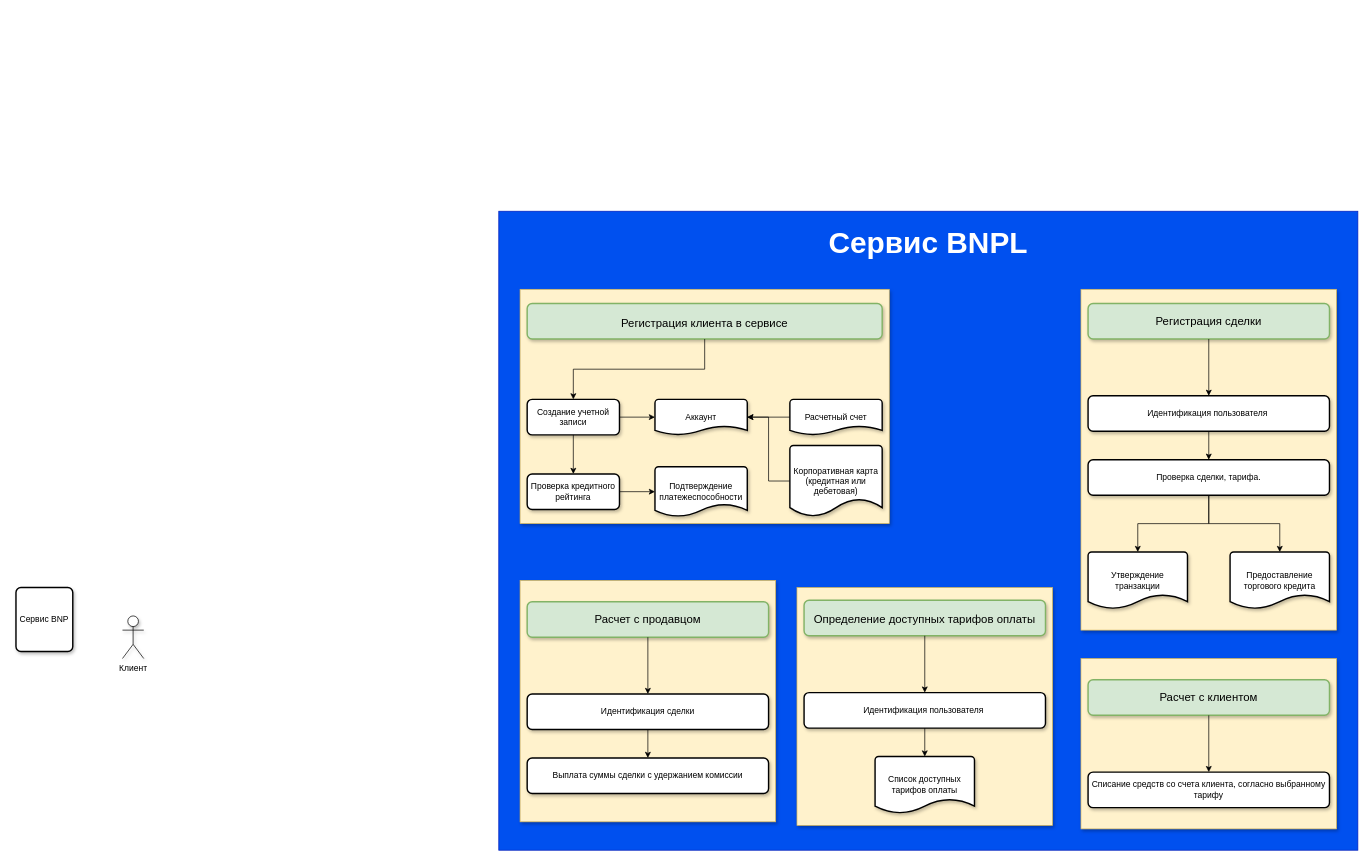
The draw.io diagram Диаграмма без названия.drawio in margazun/draws, before the edit. Source tidied: cells renumbered, new cells numbered last; positions are measured from the earlier drawing's top-left corner, leaving out a move shared by most shapes. Both pictures are drawn from the tidied source at 71%, with x=0, y=0 at pixel (16, 211).
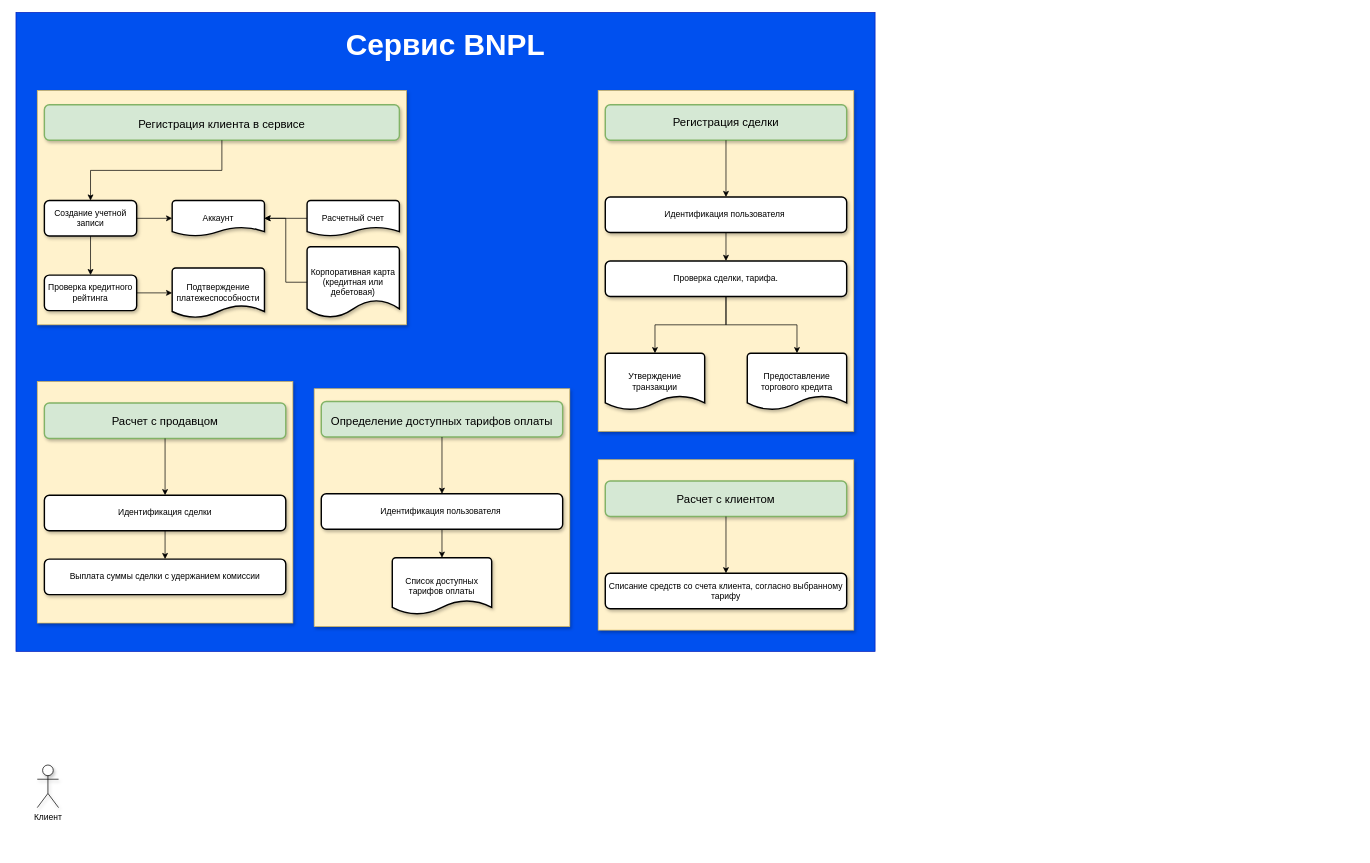
Above is the later version.

Change to the diagram source:
```diff
@@
     <mxCell id="2" value="Клиент" style="shape=umlActor;verticalLabelPosition=bottom;verticalAlign=top;html=1;shadow=1;" parent="1" vertex="1">
-      <mxGeometry x="150" y="570" width="30" height="60" as="geometry" />
+      <mxGeometry x="30" y="780" width="30" height="60" as="geometry" />
     </mxCell>
-    <mxCell id="3" value="Сервис BNP" style="rounded=1;whiteSpace=wrap;html=1;absoluteArcSize=1;arcSize=14;strokeWidth=2;shadow=1;" parent="1" vertex="1">
-      <mxGeometry y="530" width="80" height="90" as="geometry" />
-    </mxCell>
     <mxCell id="4" style="group;" parent="1" vertex="1">
-      <mxGeometry x="680" width="1210" height="900" as="geometry" />
+      <mxGeometry y="-280" width="1210" height="900" as="geometry" />
     </mxCell>
```
